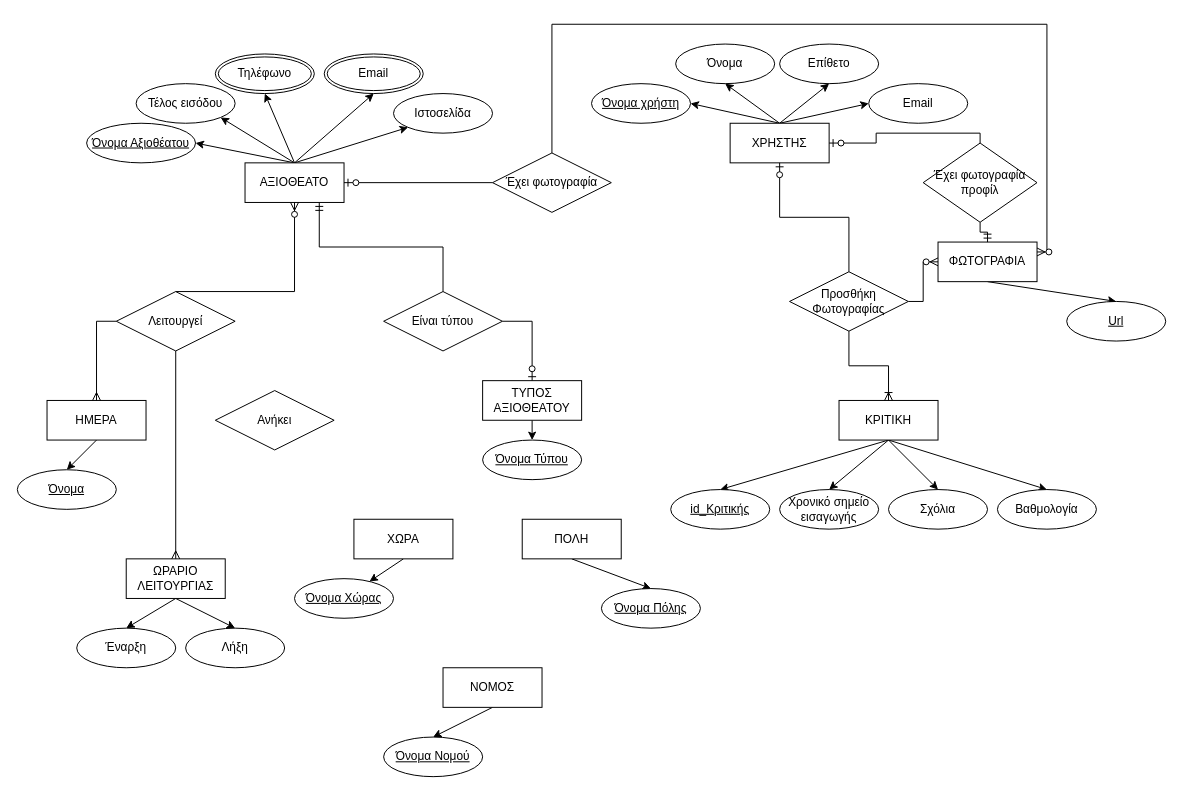
Above: Βάση δεδομένων τουριστικών αξιοθέατων.drawio in DionysisTheodosis/Databases-II-Uni (draw.io), before the change. Source tidied: cells renumbered, new cells numbered last; positions are measured from the earlier drawing's top-left corner, leaving out a move shared by most shapes. Both pictures are drawn from the tidied source at 99%, with x=0, y=0 at pixel (17, 24).
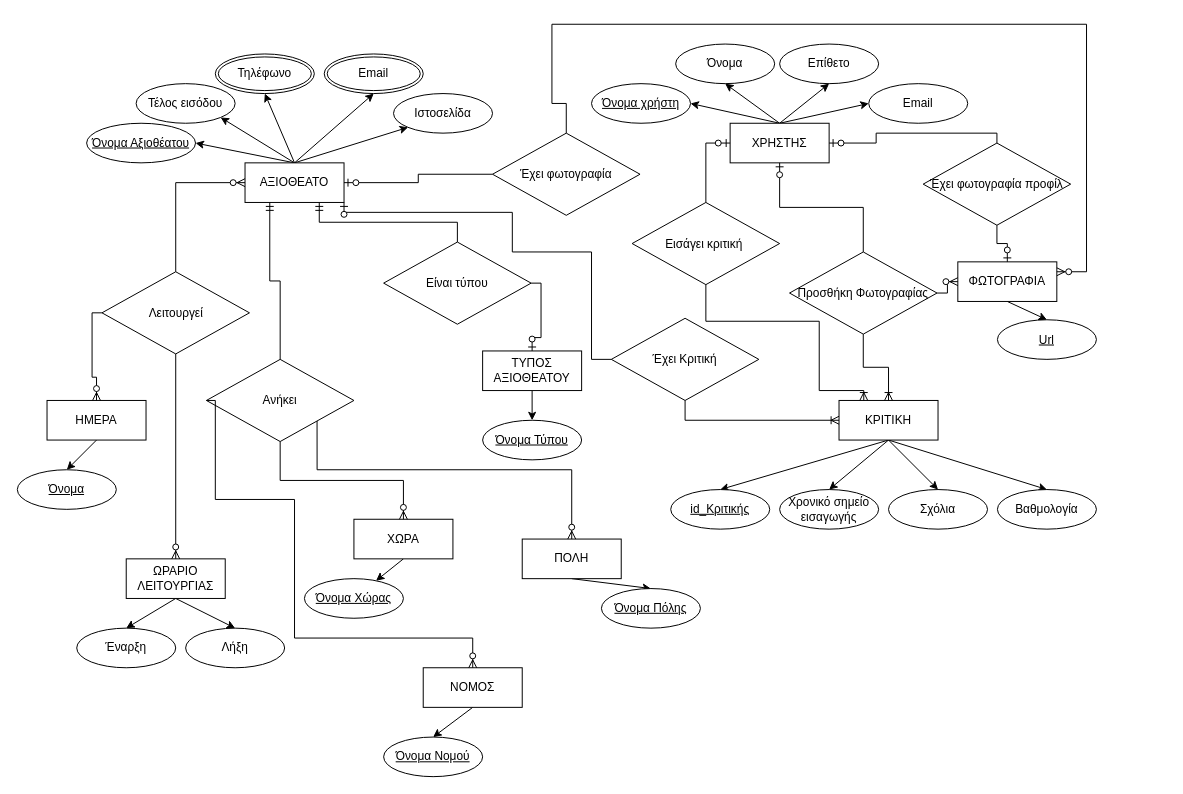
After the change.

Unchanged cells that the change refers to:
```xml
<mxCell id="3" value="ΗΜΕΡΑ" style="whiteSpace=wrap;html=1;align=center;" parent="1" vertex="1">
  <mxGeometry x="30" y="380" width="100" height="40" as="geometry" />
</mxCell>
<mxCell id="6" value="ΩΡΑΡΙΟ ΛΕΙΤΟΥΡΓΙΑΣ" style="whiteSpace=wrap;html=1;align=center;" parent="1" vertex="1">
  <mxGeometry x="110" y="540" width="100" height="40" as="geometry" />
</mxCell>
<mxCell id="12" value="ΧΩΡΑ" style="whiteSpace=wrap;html=1;align=center;" parent="1" vertex="1">
  <mxGeometry x="340" y="500" width="100" height="40" as="geometry" />
</mxCell>
<mxCell id="19" value="ΚΡΙΤΙΚΗ" style="whiteSpace=wrap;html=1;align=center;" parent="1" vertex="1">
  <mxGeometry x="830" y="380" width="100" height="40" as="geometry" />
</mxCell>
<mxCell id="24" value="ΧΡΗΣΤΗΣ" style="whiteSpace=wrap;html=1;align=center;" parent="1" vertex="1">
  <mxGeometry x="720" y="100" width="100" height="40" as="geometry" />
</mxCell>
<mxCell id="32" value="ΑΞΙΟΘΕΑΤΟ" style="whiteSpace=wrap;html=1;align=center;" parent="1" vertex="1">
  <mxGeometry x="230" y="140" width="100" height="40" as="geometry" />
</mxCell>
```

What changed in the source:
```diff
@@
     <mxCell id="8" value="ΤΥΠΟΣ ΑΞΙΟΘΕΑΤΟΥ" style="whiteSpace=wrap;html=1;align=center;" parent="1" vertex="1">
-      <mxGeometry x="470" y="360" width="100" height="40" as="geometry" />
+      <mxGeometry x="470" y="330" width="100" height="40" as="geometry" />
     </mxCell>
@@
     <mxCell id="10" value="ΝΟΜΟΣ" style="whiteSpace=wrap;html=1;align=center;" parent="1" vertex="1">
-      <mxGeometry x="430" y="650" width="100" height="40" as="geometry" />
+      <mxGeometry x="410" y="650" width="100" height="40" as="geometry" />
     </mxCell>
@@
     <mxCell id="14" value="ΠΟΛΗ" style="whiteSpace=wrap;html=1;align=center;" parent="1" vertex="1">
-      <mxGeometry x="510" y="500" width="100" height="40" as="geometry" />
+      <mxGeometry x="510" y="520" width="100" height="40" as="geometry" />
     </mxCell>
@@
     <mxCell id="26" value="ΦΩΤΟΓΡΑΦΙΑ" style="whiteSpace=wrap;html=1;align=center;" parent="1" vertex="1">
-      <mxGeometry x="930" y="220" width="100" height="40" as="geometry" />
+      <mxGeometry x="950" y="240" width="100" height="40" as="geometry" />
     </mxCell>
@@
     <mxCell id="36" value="Όνομα Τύπου" style="ellipse;whiteSpace=wrap;html=1;align=center;fontStyle=4;" parent="1" vertex="1">
-      <mxGeometry x="470" y="420" width="100" height="40" as="geometry" />
+      <mxGeometry x="470" y="400" width="100" height="40" as="geometry" />
     </mxCell>
@@
     <mxCell id="39" value="Όνομα Χώρας" style="ellipse;whiteSpace=wrap;html=1;align=center;fontStyle=4;" parent="1" vertex="1">
-      <mxGeometry x="280" y="560" width="100" height="40" as="geometry" />
+      <mxGeometry x="290" y="560" width="100" height="40" as="geometry" />
     </mxCell>
@@
     <mxCell id="48" value="Url" style="ellipse;whiteSpace=wrap;html=1;align=center;fontStyle=4;" parent="1" vertex="1">
-      <mxGeometry x="1060" y="280" width="100" height="40" as="geometry" />
+      <mxGeometry x="990" y="298.5" width="100" height="40" as="geometry" />
     </mxCell>
     <mxCell id="49" value="Έχει φωτογραφία προφίλ" style="shape=rhombus;perimeter=rhombusPerimeter;whiteSpace=wrap;html=1;align=center;" parent="1" vertex="1">
-      <mxGeometry x="915" y="120" width="115" height="80" as="geometry" />
+      <mxGeometry x="915" y="120" width="149" height="83" as="geometry" />
     </mxCell>
@@
     <mxCell id="55" value="Λειτουργεί" style="shape=rhombus;perimeter=rhombusPerimeter;whiteSpace=wrap;html=1;align=center;" parent="1" vertex="1">
-      <mxGeometry x="100" y="270" width="120" height="60" as="geometry" />
+      <mxGeometry x="85.5" y="250" width="149" height="83" as="geometry" />
     </mxCell>
     <mxCell id="56" value="Είναι τύπου" style="shape=rhombus;perimeter=rhombusPerimeter;whiteSpace=wrap;html=1;align=center;" parent="1" vertex="1">
-      <mxGeometry x="370" y="270" width="120" height="60" as="geometry" />
+      <mxGeometry x="370" y="220" width="149" height="83" as="geometry" />
     </mxCell>
     <mxCell id="57" value="Προσθήκη Φωτογραφίας" style="shape=rhombus;perimeter=rhombusPerimeter;whiteSpace=wrap;html=1;align=center;" parent="1" vertex="1">
-      <mxGeometry x="780" y="250" width="120" height="60" as="geometry" />
+      <mxGeometry x="780" y="230" width="149" height="83" as="geometry" />
     </mxCell>
     <mxCell id="58" value="Έχει φωτογραφία" style="shape=rhombus;perimeter=rhombusPerimeter;whiteSpace=wrap;html=1;align=center;" parent="1" vertex="1">
-      <mxGeometry x="480" y="130" width="120" height="60" as="geometry" />
+      <mxGeometry x="480" y="110" width="149" height="83" as="geometry" />
     </mxCell>
     <mxCell id="59" value="Ανήκει" style="shape=rhombus;perimeter=rhombusPerimeter;whiteSpace=wrap;html=1;align=center;" parent="1" vertex="1">
-      <mxGeometry x="200" y="370" width="120" height="60" as="geometry" />
+      <mxGeometry x="191" y="338.5" width="149" height="83" as="geometry" />
     </mxCell>
-    <mxCell id="60" style="fontSize=12;html=1;endArrow=ERzeroToMany;endFill=1;rounded=0;entryX=0.5;entryY=1;entryDx=0;entryDy=0;exitX=0.5;exitY=0;exitDx=0;exitDy=0;" parent="1" edge="1" source="55" target="32">
+    <mxCell id="60" style="fontSize=12;html=1;endArrow=ERzeroToMany;endFill=1;rounded=0;entryX=0;entryY=0.5;entryDx=0;entryDy=0;exitX=0.5;exitY=0;exitDx=0;exitDy=0;" parent="1" edge="1" source="55" target="32">
       <mxGeometry relative="1" as="geometry">
         <Array as="points">
-          <mxPoint x="280" y="270" />
+          <mxPoint x="160" y="160" />
         </Array>
       </mxGeometry>
     </mxCell>
-    <mxCell id="61" style="fontSize=12;html=1;endArrow=ERmany;rounded=0;entryX=0.5;entryY=0;entryDx=0;entryDy=0;exitX=0;exitY=0.5;exitDx=0;exitDy=0;edgeStyle=orthogonalEdgeStyle;" parent="1" edge="1" source="55" target="3">
-      <mxGeometry relative="1" as="geometry" />
-    </mxCell>
-    <mxCell id="62" style="fontSize=12;html=1;endArrow=ERmany;rounded=0;entryX=0.5;entryY=0;entryDx=0;entryDy=0;exitX=0.5;exitY=1;exitDx=0;exitDy=0;" parent="1" edge="1" source="55" target="6">
-      <mxGeometry relative="1" as="geometry" />
-    </mxCell>
@@
-    <mxCell id="67" style="edgeStyle=orthogonalEdgeStyle;fontSize=12;html=1;endArrow=ERmandOne;rounded=0;entryX=0.5;entryY=0;entryDx=0;entryDy=0;exitX=0.5;exitY=1;exitDx=0;exitDy=0;" parent="1" edge="1" source="49" target="26">
-      <mxGeometry relative="1" as="geometry" />
-    </mxCell>
@@
     <mxCell id="69" style="edgeStyle=orthogonalEdgeStyle;fontSize=12;html=1;endArrow=ERzeroToMany;endFill=1;rounded=0;entryX=1;entryY=0.25;entryDx=0;entryDy=0;exitX=0.5;exitY=0;exitDx=0;exitDy=0;" parent="1" edge="1" source="58" target="26">
       <mxGeometry relative="1" as="geometry">
         <Array as="points">
+          <mxPoint x="555" y="80" />
+          <mxPoint x="540" y="80" />
           <mxPoint x="540" />
-          <mxPoint x="1040" />
-          <mxPoint x="1040" y="230" />
+          <mxPoint x="1080" />
+          <mxPoint x="1080" y="250" />
         </Array>
       </mxGeometry>
     </mxCell>
@@
+    <mxCell id="67" style="edgeStyle=orthogonalEdgeStyle;fontSize=12;html=1;endArrow=ERzeroToOne;endFill=1;rounded=0;entryX=0.5;entryY=0;entryDx=0;entryDy=0;exitX=0.5;exitY=1;exitDx=0;exitDy=0;" parent="1" edge="1" source="49" target="26">
+      <mxGeometry relative="1" as="geometry" />
+    </mxCell>
+    <mxCell id="72" style="edgeStyle=orthogonalEdgeStyle;fontSize=12;html=1;endArrow=ERzeroToMany;endFill=1;rounded=0;entryX=0.5;entryY=0;entryDx=0;entryDy=0;exitX=0.5;exitY=1;exitDx=0;exitDy=0;" parent="1" edge="1" source="59" target="12">
+      <mxGeometry relative="1" as="geometry" />
+    </mxCell>
+    <mxCell id="73" style="edgeStyle=orthogonalEdgeStyle;fontSize=12;html=1;endArrow=ERzeroToMany;endFill=1;rounded=0;entryX=0.5;entryY=0;entryDx=0;entryDy=0;exitX=1;exitY=1;exitDx=0;exitDy=0;" parent="1" edge="1" source="59" target="14">
+      <mxGeometry relative="1" as="geometry">
+        <Array as="points">
+          <mxPoint x="303" y="450" />
+          <mxPoint x="560" y="450" />
+        </Array>
+      </mxGeometry>
+    </mxCell>
+    <mxCell id="74" style="edgeStyle=orthogonalEdgeStyle;fontSize=12;html=1;endArrow=ERzeroToMany;endFill=1;rounded=0;entryX=0.5;entryY=0;entryDx=0;entryDy=0;exitX=0;exitY=0.5;exitDx=0;exitDy=0;" parent="1" edge="1" source="59" target="10">
+      <mxGeometry relative="1" as="geometry">
+        <Array as="points">
+          <mxPoint x="200" y="480" />
+          <mxPoint x="280" y="480" />
+          <mxPoint x="280" y="620" />
+          <mxPoint x="460" y="620" />
+        </Array>
+      </mxGeometry>
+    </mxCell>
+    <mxCell id="75" style="edgeStyle=orthogonalEdgeStyle;fontSize=12;html=1;endArrow=ERmandOne;rounded=0;entryX=0.25;entryY=1;entryDx=0;entryDy=0;exitX=0.5;exitY=0;exitDx=0;exitDy=0;" parent="1" edge="1" source="59" target="32">
+      <mxGeometry relative="1" as="geometry" />
+    </mxCell>
+    <mxCell id="76" value="Εισάγει κριτική&amp;nbsp;" style="shape=rhombus;perimeter=rhombusPerimeter;whiteSpace=wrap;html=1;align=center;" parent="1" vertex="1">
+      <mxGeometry x="621" y="180" width="149" height="83" as="geometry" />
+    </mxCell>
+    <mxCell id="61" style="fontSize=12;html=1;endArrow=ERzeroToMany;endFill=1;rounded=0;entryX=0.5;entryY=0;entryDx=0;entryDy=0;exitX=0;exitY=0.5;exitDx=0;exitDy=0;edgeStyle=orthogonalEdgeStyle;" parent="1" edge="1" source="55" target="3">
+      <mxGeometry relative="1" as="geometry" />
+    </mxCell>
+    <mxCell id="62" style="fontSize=12;html=1;endArrow=ERzeroToMany;endFill=1;rounded=0;entryX=0.5;entryY=0;entryDx=0;entryDy=0;exitX=0.5;exitY=1;exitDx=0;exitDy=0;edgeStyle=orthogonalEdgeStyle;" parent="1" edge="1" source="55" target="6">
+      <mxGeometry relative="1" as="geometry" />
+    </mxCell>
+    <mxCell id="77" value="Έχει Κριτική" style="shape=rhombus;perimeter=rhombusPerimeter;whiteSpace=wrap;html=1;align=center;" parent="1" vertex="1">
+      <mxGeometry x="600" y="297" width="149" height="83" as="geometry" />
+    </mxCell>
+    <mxCell id="78" style="edgeStyle=orthogonalEdgeStyle;fontSize=12;html=1;endArrow=ERzeroToOne;endFill=1;rounded=0;entryX=0;entryY=0.5;entryDx=0;entryDy=0;exitX=0.5;exitY=0;exitDx=0;exitDy=0;" parent="1" edge="1" source="76" target="24">
+      <mxGeometry relative="1" as="geometry" />
+    </mxCell>
+    <mxCell id="79" style="edgeStyle=orthogonalEdgeStyle;fontSize=12;html=1;endArrow=ERoneToMany;rounded=0;exitX=0.5;exitY=1;exitDx=0;exitDy=0;entryX=0.25;entryY=0;entryDx=0;entryDy=0;" parent="1" edge="1" source="76" target="19">
+      <mxGeometry relative="1" as="geometry">
+        <Array as="points">
+          <mxPoint x="695" y="300" />
+          <mxPoint x="810" y="300" />
+          <mxPoint x="810" y="370" />
+          <mxPoint x="855" y="370" />
+        </Array>
+      </mxGeometry>
+    </mxCell>
+    <mxCell id="80" style="edgeStyle=orthogonalEdgeStyle;fontSize=12;html=1;endArrow=ERzeroToOne;endFill=1;rounded=0;entryX=1;entryY=1;entryDx=0;entryDy=0;exitX=0;exitY=0.5;exitDx=0;exitDy=0;" parent="1" edge="1" source="77" target="32">
+      <mxGeometry relative="1" as="geometry">
+        <Array as="points">
+          <mxPoint x="580" y="338" />
+          <mxPoint x="580" y="230" />
+          <mxPoint x="500" y="230" />
+          <mxPoint x="500" y="190" />
+          <mxPoint x="330" y="190" />
+        </Array>
+      </mxGeometry>
+    </mxCell>
+    <mxCell id="81" style="edgeStyle=orthogonalEdgeStyle;fontSize=12;html=1;endArrow=ERoneToMany;rounded=0;exitX=0.5;exitY=1;exitDx=0;exitDy=0;entryX=0;entryY=0.5;entryDx=0;entryDy=0;" parent="1" edge="1" source="77" target="19">
+      <mxGeometry relative="1" as="geometry" />
+    </mxCell>
```
